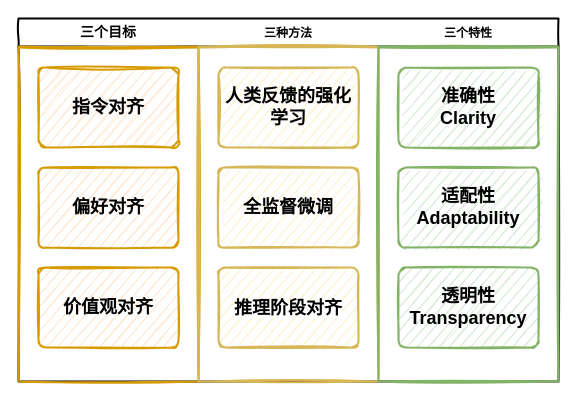
Before: 未命名绘图.drawio in makangbooo/study-code, a draw.io diagram. Source tidied: cells renumbered, new cells numbered last; positions are measured from the earlier drawing's top-left corner, leaving out a move shared by most shapes. Both pictures are drawn from the tidied source at 100%, with x=0, y=0 at pixel (18, 18).
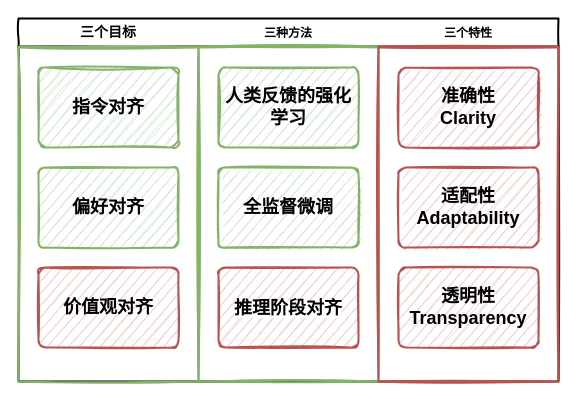
The same page after the edit.

Commit message:
更新未命名绘图.drawio

What changed in the source:
```diff
@@
 <mxGraphModel>
   <root>
     <mxCell id="0" />
     <mxCell id="1" parent="0" />
     <mxCell id="2" style="swimlane;fontStyle=2;horizontal=1;startSize=28;swimlaneFillColor=none;fontFamily=Permanent Marker;fontSize=16;verticalAlign=top;stackBorder=0;strokeWidth=2;sketch=1;disableMultiStroke=1;fillColor=default;" parent="1" vertex="1">
       <mxGeometry width="540" height="363" as="geometry" />
     </mxCell>
-    <mxCell id="3" value="三个目标" style="swimlane;strokeWidth=2;fontFamily=Permanent Marker;html=0;startSize=1;verticalAlign=bottom;spacingBottom=5;stackBorder=20;sketch=1;strokeColor=#d79b00;fillStyle=solid;fillColor=#ffe6cc;horizontal=1;fontSize=14;" parent="2" vertex="1">
+    <mxCell id="3" value="三个目标" style="swimlane;strokeWidth=2;fontFamily=Permanent Marker;html=0;startSize=1;verticalAlign=bottom;spacingBottom=5;stackBorder=20;sketch=1;strokeColor=#82b366;fillStyle=solid;fillColor=#d5e8d4;horizontal=1;fontSize=14;" parent="2" vertex="1">
       <mxGeometry y="28" width="180" height="335" as="geometry" />
     </mxCell>
-    <mxCell id="4" value="&lt;font style=&quot;font-size: 18px;&quot;&gt;指令对齐&lt;/font&gt;" style="whiteSpace=wrap;html=1;strokeWidth=2;fontStyle=1;spacingTop=0;rounded=1;arcSize=9;fontFamily=Permanent Marker;hachureGap=8;fillWeight=1;imageAspect=1;glass=0;sketch=1;curveFitting=1;jiggle=2;fillColor=#ffe6cc;strokeColor=#d79b00;" parent="3" vertex="1">
+    <mxCell id="4" value="&lt;font style=&quot;font-size: 18px;&quot;&gt;指令对齐&lt;/font&gt;" style="whiteSpace=wrap;html=1;strokeWidth=2;fontStyle=1;spacingTop=0;rounded=1;arcSize=9;fontFamily=Permanent Marker;hachureGap=8;fillWeight=1;imageAspect=1;glass=0;sketch=1;curveFitting=1;jiggle=2;fillColor=#d5e8d4;strokeColor=#82b366;" parent="3" vertex="1">
       <mxGeometry x="20" y="21" width="140" height="80" as="geometry" />
     </mxCell>
-    <mxCell id="5" value="&lt;font style=&quot;font-size: 18px;&quot;&gt;偏好对齐&lt;/font&gt;" style="whiteSpace=wrap;html=1;strokeWidth=2;fontStyle=1;spacingTop=0;rounded=1;arcSize=9;sketch=1;fontFamily=Permanent Marker;hachureGap=8;fillWeight=1;fillColor=#ffe6cc;strokeColor=#d79b00;" parent="3" vertex="1">
+    <mxCell id="5" value="&lt;font style=&quot;font-size: 18px;&quot;&gt;偏好对齐&lt;/font&gt;" style="whiteSpace=wrap;html=1;strokeWidth=2;fontStyle=1;spacingTop=0;rounded=1;arcSize=9;sketch=1;fontFamily=Permanent Marker;hachureGap=8;fillWeight=1;fillColor=#d5e8d4;strokeColor=#82b366;" parent="3" vertex="1">
       <mxGeometry x="20" y="121" width="140" height="80" as="geometry" />
     </mxCell>
-    <mxCell id="6" value="&lt;font style=&quot;font-size: 18px;&quot;&gt;价值观对齐&lt;/font&gt;" style="whiteSpace=wrap;html=1;strokeWidth=2;fontStyle=1;spacingTop=0;rounded=1;arcSize=9;sketch=1;fontFamily=Permanent Marker;hachureGap=8;fillWeight=1;fillColor=#ffe6cc;strokeColor=#d79b00;" parent="3" vertex="1">
+    <mxCell id="6" value="&lt;font style=&quot;font-size: 18px;&quot;&gt;价值观对齐&lt;/font&gt;" style="whiteSpace=wrap;html=1;strokeWidth=2;fontStyle=1;spacingTop=0;rounded=1;arcSize=9;sketch=1;fontFamily=Permanent Marker;hachureGap=8;fillWeight=1;fillColor=#f8cecc;strokeColor=#b85450;" parent="3" vertex="1">
       <mxGeometry x="20" y="221" width="140" height="80" as="geometry" />
     </mxCell>
-    <mxCell id="7" value="三种方法" style="swimlane;strokeWidth=2;fontFamily=Permanent Marker;html=0;startSize=1;verticalAlign=bottom;spacingBottom=5;stackBorder=20;sketch=1;strokeColor=#d6b656;fillStyle=solid;fillColor=#fff2cc;" parent="2" vertex="1">
+    <mxCell id="7" value="三种方法" style="swimlane;strokeWidth=2;fontFamily=Permanent Marker;html=0;startSize=1;verticalAlign=bottom;spacingBottom=5;stackBorder=20;sketch=1;strokeColor=#82b366;fillStyle=solid;fillColor=#d5e8d4;" parent="2" vertex="1">
       <mxGeometry x="180" y="28" width="180" height="335" as="geometry" />
     </mxCell>
-    <mxCell id="8" value="&lt;font style=&quot;font-size: 18px;&quot;&gt;人类反馈的强化学习&lt;/font&gt;" style="whiteSpace=wrap;html=1;strokeWidth=2;fillColor=#fff2cc;fontStyle=1;spacingTop=0;rounded=1;arcSize=9;sketch=1;fontFamily=Permanent Marker;hachureGap=8;fillWeight=1;strokeColor=#d6b656;align=center;" parent="7" vertex="1">
+    <mxCell id="8" value="&lt;font style=&quot;font-size: 18px;&quot;&gt;人类反馈的强化学习&lt;/font&gt;" style="whiteSpace=wrap;html=1;strokeWidth=2;fillColor=#d5e8d4;fontStyle=1;spacingTop=0;rounded=1;arcSize=9;sketch=1;fontFamily=Permanent Marker;hachureGap=8;fillWeight=1;strokeColor=#82b366;align=center;" parent="7" vertex="1">
       <mxGeometry x="20" y="21" width="140" height="80" as="geometry" />
     </mxCell>
-    <mxCell id="9" value="&lt;div style=&quot;font-size: 18px;&quot;&gt;全监督微调&lt;/div&gt;" style="whiteSpace=wrap;html=1;strokeWidth=2;fillColor=#fff2cc;fontStyle=1;spacingTop=0;rounded=1;arcSize=9;sketch=1;fontFamily=Permanent Marker;hachureGap=8;fillWeight=1;strokeColor=#d6b656;" parent="7" vertex="1">
+    <mxCell id="9" value="&lt;div style=&quot;font-size: 18px;&quot;&gt;全监督微调&lt;/div&gt;" style="whiteSpace=wrap;html=1;strokeWidth=2;fillColor=#d5e8d4;fontStyle=1;spacingTop=0;rounded=1;arcSize=9;sketch=1;fontFamily=Permanent Marker;hachureGap=8;fillWeight=1;strokeColor=#82b366;" parent="7" vertex="1">
       <mxGeometry x="20" y="121" width="140" height="80" as="geometry" />
     </mxCell>
-    <mxCell id="10" value="&lt;div style=&quot;&quot;&gt;&lt;span style=&quot;font-family: &amp;quot;Segoe UI&amp;quot;, SegoeUI, &amp;quot;Microsoft YaHei&amp;quot;, 微软雅黑, &amp;quot;Helvetica Neue&amp;quot;, Helvetica, Arial, sans-serif; text-align: justify; background-color: rgb(255, 255, 255);&quot;&gt;&lt;font style=&quot;font-size: 18px;&quot;&gt;推理阶段对齐&lt;/font&gt;&lt;/span&gt;&lt;/div&gt;" style="whiteSpace=wrap;html=1;strokeWidth=2;fillColor=#fff2cc;fontStyle=1;spacingTop=0;rounded=1;arcSize=9;sketch=1;fontFamily=Permanent Marker;hachureGap=8;fillWeight=1;strokeColor=#d6b656;" parent="7" vertex="1">
+    <mxCell id="10" value="&lt;div style=&quot;&quot;&gt;&lt;span style=&quot;font-family: &amp;quot;Segoe UI&amp;quot;, SegoeUI, &amp;quot;Microsoft YaHei&amp;quot;, 微软雅黑, &amp;quot;Helvetica Neue&amp;quot;, Helvetica, Arial, sans-serif; text-align: justify; background-color: rgb(255, 255, 255);&quot;&gt;&lt;font style=&quot;font-size: 18px;&quot;&gt;推理阶段对齐&lt;/font&gt;&lt;/span&gt;&lt;/div&gt;" style="whiteSpace=wrap;html=1;strokeWidth=2;fillColor=#f8cecc;fontStyle=1;spacingTop=0;rounded=1;arcSize=9;sketch=1;fontFamily=Permanent Marker;hachureGap=8;fillWeight=1;strokeColor=#b85450;" parent="7" vertex="1">
       <mxGeometry x="20" y="221" width="140" height="80" as="geometry" />
     </mxCell>
-    <mxCell id="11" value="三个特性" style="swimlane;strokeWidth=2;fontFamily=Permanent Marker;html=0;startSize=1;verticalAlign=bottom;spacingBottom=5;stackBorder=20;sketch=1;strokeColor=#82b366;fillStyle=solid;fillColor=#d5e8d4;" parent="2" vertex="1">
+    <mxCell id="11" value="三个特性" style="swimlane;strokeWidth=2;fontFamily=Permanent Marker;html=0;startSize=1;verticalAlign=bottom;spacingBottom=5;stackBorder=20;sketch=1;strokeColor=#b85450;fillStyle=solid;fillColor=#f8cecc;" parent="2" vertex="1">
       <mxGeometry x="360" y="28" width="180" height="335" as="geometry" />
     </mxCell>
-    <mxCell id="12" value="&lt;font style=&quot;font-size: 18px;&quot;&gt;准确性&lt;/font&gt;&lt;div style=&quot;font-size: 18px;&quot;&gt;Clarity&lt;/div&gt;" style="whiteSpace=wrap;html=1;strokeWidth=2;fillColor=#d5e8d4;fontStyle=1;spacingTop=0;rounded=1;arcSize=9;sketch=1;fontFamily=Permanent Marker;hachureGap=8;fillWeight=1;strokeColor=#82b366;" parent="11" vertex="1">
+    <mxCell id="12" value="&lt;font style=&quot;font-size: 18px;&quot;&gt;准确性&lt;/font&gt;&lt;div style=&quot;font-size: 18px;&quot;&gt;Clarity&lt;/div&gt;" style="whiteSpace=wrap;html=1;strokeWidth=2;fillColor=#f8cecc;fontStyle=1;spacingTop=0;rounded=1;arcSize=9;sketch=1;fontFamily=Permanent Marker;hachureGap=8;fillWeight=1;strokeColor=#b85450;" parent="11" vertex="1">
       <mxGeometry x="20" y="21" width="140" height="80" as="geometry" />
     </mxCell>
-    <mxCell id="13" value="&lt;font style=&quot;font-size: 18px;&quot;&gt;适配性&lt;/font&gt;&lt;div style=&quot;font-size: 18px;&quot;&gt;&lt;font style=&quot;font-size: 18px;&quot;&gt;Adaptability&lt;/font&gt;&lt;/div&gt;" style="whiteSpace=wrap;html=1;strokeWidth=2;fillColor=#d5e8d4;fontStyle=1;spacingTop=0;rounded=1;arcSize=9;sketch=1;fontFamily=Permanent Marker;hachureGap=8;fillWeight=1;strokeColor=#82b366;" parent="11" vertex="1">
+    <mxCell id="13" value="&lt;font style=&quot;font-size: 18px;&quot;&gt;适配性&lt;/font&gt;&lt;div style=&quot;font-size: 18px;&quot;&gt;&lt;font style=&quot;font-size: 18px;&quot;&gt;Adaptability&lt;/font&gt;&lt;/div&gt;" style="whiteSpace=wrap;html=1;strokeWidth=2;fillColor=#f8cecc;fontStyle=1;spacingTop=0;rounded=1;arcSize=9;sketch=1;fontFamily=Permanent Marker;hachureGap=8;fillWeight=1;strokeColor=#b85450;" parent="11" vertex="1">
       <mxGeometry x="20" y="121" width="140" height="80" as="geometry" />
     </mxCell>
-    <mxCell id="14" value="&lt;font style=&quot;font-size: 18px;&quot;&gt;透明性&lt;/font&gt;&lt;div style=&quot;font-size: 18px;&quot;&gt;&lt;font style=&quot;font-size: 18px;&quot;&gt;Transparency&lt;/font&gt;&lt;/div&gt;" style="whiteSpace=wrap;html=1;strokeWidth=2;fillColor=#d5e8d4;fontStyle=1;spacingTop=0;rounded=1;arcSize=9;sketch=1;fontFamily=Permanent Marker;hachureGap=8;fillWeight=1;strokeColor=#82b366;" parent="11" vertex="1">
+    <mxCell id="14" value="&lt;font style=&quot;font-size: 18px;&quot;&gt;透明性&lt;/font&gt;&lt;div style=&quot;font-size: 18px;&quot;&gt;&lt;font style=&quot;font-size: 18px;&quot;&gt;Transparency&lt;/font&gt;&lt;/div&gt;" style="whiteSpace=wrap;html=1;strokeWidth=2;fillColor=#f8cecc;fontStyle=1;spacingTop=0;rounded=1;arcSize=9;sketch=1;fontFamily=Permanent Marker;hachureGap=8;fillWeight=1;strokeColor=#b85450;" parent="11" vertex="1">
       <mxGeometry x="20" y="221" width="140" height="80" as="geometry" />
     </mxCell>
   </root>
 </mxGraphModel>
```
